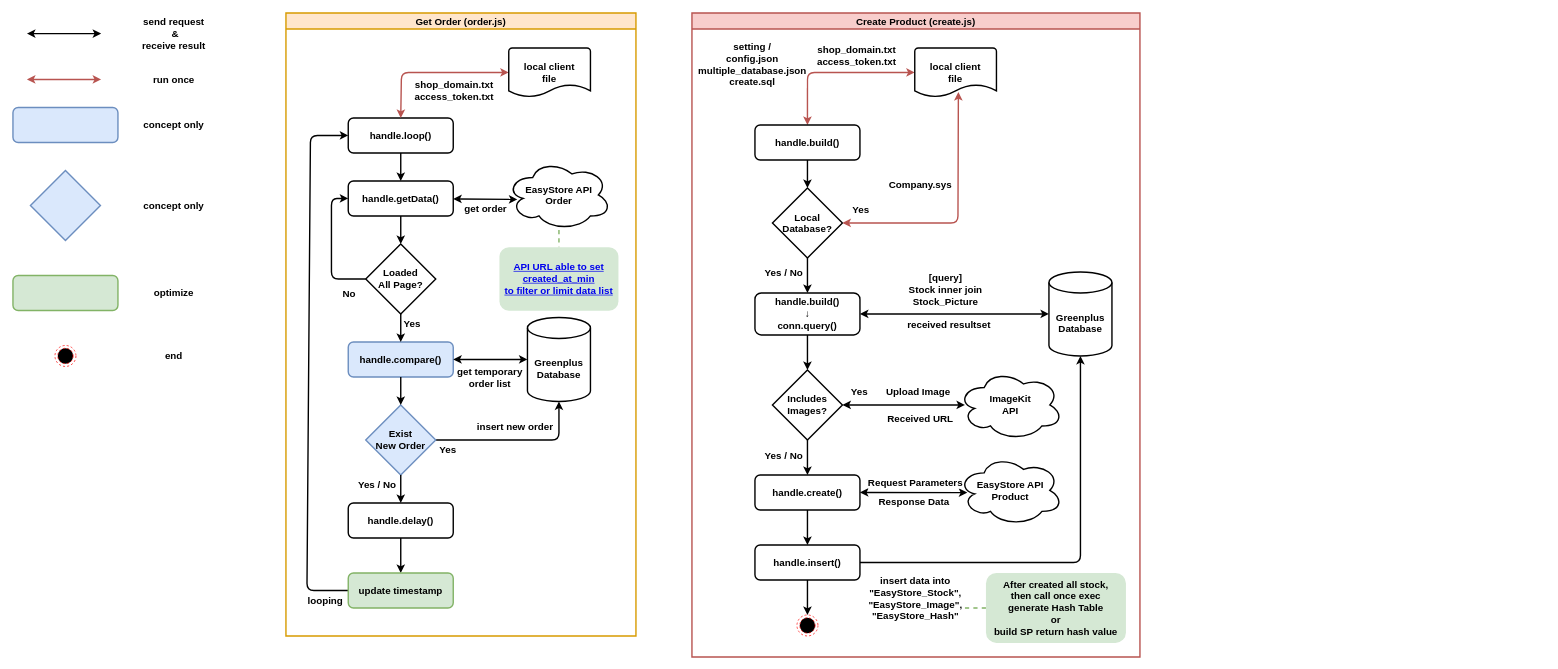
Before: uml/EasyStore API - Flow Chart.drawio in 0xCooL-Web3/EasyStore-Sync-MSSQL, a draw.io diagram. Source tidied: cells renumbered, new cells numbered last; positions are measured from the earlier drawing's top-left corner, leaving out a move shared by most shapes. Both pictures are drawn from the tidied source at 70%, with x=0, y=0 at pixel (13, 13).
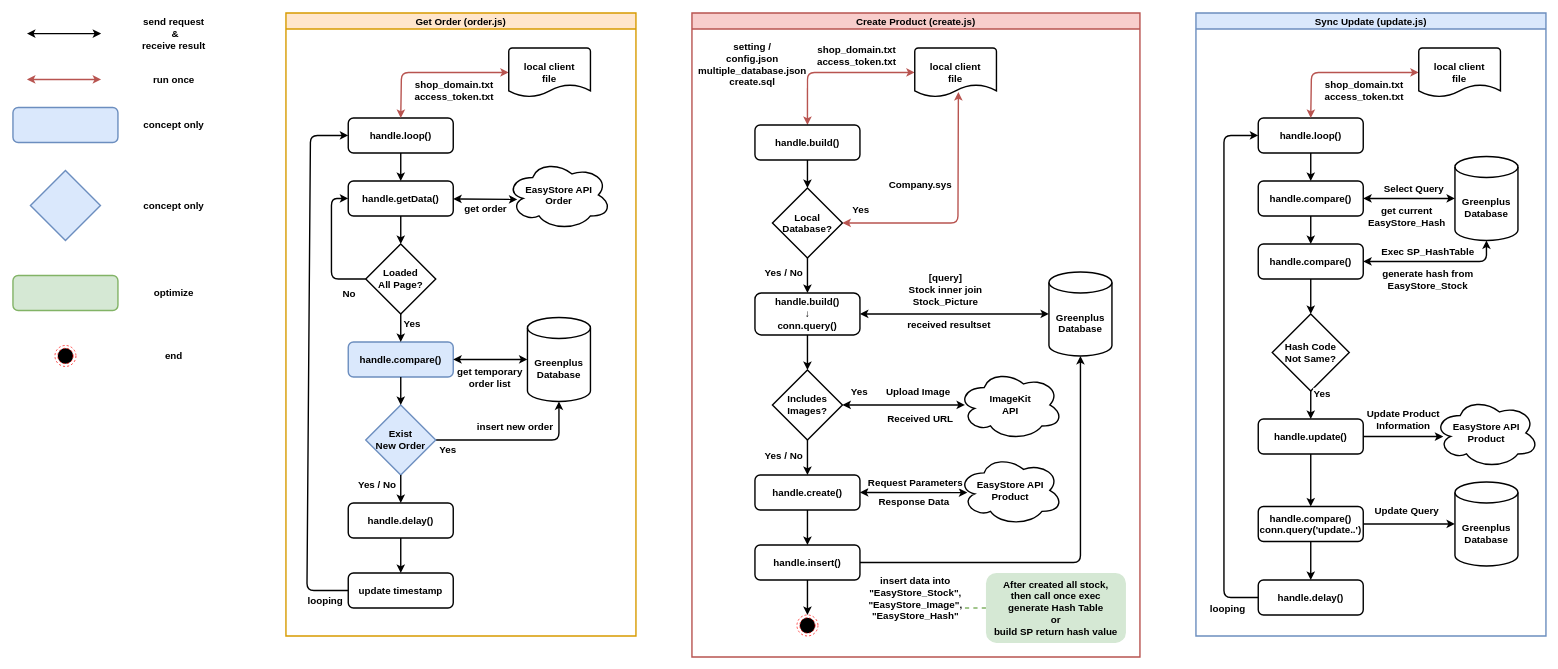
The same page after the edit.

The change refers to these unchanged cells:
```xml
<mxCell id="10" value="Get Order (order.js)" style="swimlane;fontSize=14;strokeWidth=2;fillColor=#ffe6cc;strokeColor=#d79b00;" parent="1" vertex="1">
  <mxGeometry x="390" width="500" height="890" as="geometry" />
</mxCell>
<mxCell id="18" value="EasyStore API&lt;br&gt;Order" style="ellipse;shape=cloud;whiteSpace=wrap;html=1;fontSize=14;strokeWidth=2;fontStyle=1;" parent="10" vertex="1">
  <mxGeometry x="315" y="210" width="150" height="100" as="geometry" />
</mxCell>
```

The edit, as a diff of the source:
```diff
@@
-    <mxCell id="17" style="edgeStyle=none;rounded=1;jettySize=auto;html=1;entryX=0.5;entryY=0;entryDx=0;entryDy=0;fontSize=14;startArrow=none;startFill=0;strokeWidth=2;endArrow=none;endFill=0;dashed=1;fillColor=#d5e8d4;strokeColor=#82b366;" parent="10" edge="1" source="18" target="43">
-      <mxGeometry relative="1" as="geometry" />
-    </mxCell>
@@
-    <mxCell id="42" value="update timestamp" style="rounded=1;whiteSpace=wrap;html=1;fontSize=14;glass=0;strokeWidth=2;shadow=0;fontStyle=1;fillColor=#d5e8d4;strokeColor=#82b366;" parent="10" vertex="1">
+    <mxCell id="42" value="update timestamp" style="rounded=1;whiteSpace=wrap;html=1;fontSize=14;glass=0;strokeWidth=2;shadow=0;fontStyle=1;" parent="10" vertex="1">
       <mxGeometry x="89" y="800" width="150" height="50" as="geometry" />
     </mxCell>
-    <mxCell id="43" value="&lt;a href=&quot;https://documenter.getpostman.com/view/8990390/TzRYc4mn#641836f2-a03f-42d3-92b5-4156504386ac&quot;&gt;API URL able to set&lt;br&gt;created_at_min&lt;br&gt;to filter or limit data list&lt;/a&gt;" style="text;html=1;strokeColor=none;fillColor=#d5e8d4;align=center;verticalAlign=middle;whiteSpace=wrap;rounded=1;fontSize=14;dashed=1;strokeWidth=2;fontStyle=1;" parent="10" vertex="1">
-      <mxGeometry x="305" y="334.7" width="170" height="90.7" as="geometry" />
-    </mxCell>
@@
+    <mxCell id="89" value="Sync Update (update.js)" style="swimlane;fontSize=14;strokeWidth=2;fillColor=#dae8fc;strokeColor=#6c8ebf;" parent="1" vertex="1">
+      <mxGeometry x="1690" width="500" height="890" as="geometry" />
+    </mxCell>
+    <mxCell id="90" value="handle.loop()" style="rounded=1;whiteSpace=wrap;html=1;fontSize=14;glass=0;strokeWidth=2;shadow=0;fontStyle=1;" parent="89" vertex="1">
+      <mxGeometry x="89" y="150" width="150" height="50" as="geometry" />
+    </mxCell>
+    <mxCell id="91" style="edgeStyle=none;rounded=1;jettySize=auto;html=1;entryX=0.5;entryY=0;entryDx=0;entryDy=0;fontSize=14;startArrow=classic;startFill=1;strokeWidth=2;exitX=0;exitY=0.5;exitDx=0;exitDy=0;exitPerimeter=0;fillColor=#f8cecc;strokeColor=#b85450;" parent="89" edge="1" source="93" target="90">
+      <mxGeometry relative="1" as="geometry">
+        <Array as="points">
+          <mxPoint x="165" y="85" />
+        </Array>
+      </mxGeometry>
+    </mxCell>
+    <mxCell id="92" value="shop_domain.txt&lt;br&gt;access_token.txt" style="edgeLabel;html=1;align=center;verticalAlign=middle;fontSize=14;fontStyle=1;" parent="91" vertex="1">
+      <mxGeometry y="3" relative="1" as="geometry">
+        <mxPoint x="30" y="22" as="offset" />
+      </mxGeometry>
+    </mxCell>
+    <mxCell id="93" value="&lt;b&gt;local client&lt;br&gt;file&lt;br&gt;&lt;/b&gt;" style="strokeWidth=2;html=1;shape=mxgraph.flowchart.document2;size=0.25;fontSize=14;whiteSpace=wrap;" parent="89" vertex="1">
+      <mxGeometry x="318.3" y="50" width="116.7" height="70" as="geometry" />
+    </mxCell>
+    <mxCell id="94" style="edgeStyle=orthogonalEdgeStyle;rounded=0;jettySize=auto;html=1;entryX=0;entryY=0.5;entryDx=0;entryDy=0;entryPerimeter=0;strokeWidth=2;startArrow=classic;startFill=1;" parent="89" edge="1" source="97" target="100">
+      <mxGeometry relative="1" as="geometry" />
+    </mxCell>
+    <mxCell id="95" value="&lt;b style=&quot;font-size: 14px&quot;&gt;get current&lt;br&gt;EasyStore_Hash&lt;/b&gt;" style="edgeLabel;html=1;align=center;verticalAlign=middle;" parent="94" vertex="1">
+      <mxGeometry x="-0.25" y="2" relative="1" as="geometry">
+        <mxPoint x="12" y="27" as="offset" />
+      </mxGeometry>
+    </mxCell>
+    <mxCell id="96" value="&lt;b&gt;Select Query&lt;/b&gt;" style="edgeLabel;html=1;align=center;verticalAlign=middle;fontSize=14;" parent="94" vertex="1">
+      <mxGeometry x="-0.24" y="-1" relative="1" as="geometry">
+        <mxPoint x="21" y="-16" as="offset" />
+      </mxGeometry>
+    </mxCell>
+    <mxCell id="97" value="handle.compare()" style="rounded=1;whiteSpace=wrap;html=1;fontSize=14;glass=0;strokeWidth=2;shadow=0;fontStyle=1;" parent="89" vertex="1">
+      <mxGeometry x="89" y="240" width="150" height="50" as="geometry" />
+    </mxCell>
+    <mxCell id="98" style="edgeStyle=orthogonalEdgeStyle;rounded=1;jettySize=auto;html=1;entryX=0.5;entryY=0;entryDx=0;entryDy=0;fontSize=14;strokeWidth=2;" parent="89" edge="1" source="90" target="97">
+      <mxGeometry relative="1" as="geometry" />
+    </mxCell>
+    <mxCell id="99" style="edgeStyle=none;rounded=1;jettySize=auto;html=1;fontSize=14;strokeWidth=2;" parent="89" edge="1" source="97">
+      <mxGeometry relative="1" as="geometry">
+        <mxPoint x="164" y="330" as="targetPoint" />
+      </mxGeometry>
+    </mxCell>
+    <mxCell id="100" value="Greenplus&lt;br&gt;Database" style="shape=cylinder3;whiteSpace=wrap;html=1;boundedLbl=1;backgroundOutline=1;size=15;fontSize=14;strokeWidth=2;fontStyle=1;" parent="89" vertex="1">
+      <mxGeometry x="370" y="205" width="90" height="120" as="geometry" />
+    </mxCell>
+    <mxCell id="101" style="edgeStyle=orthogonalEdgeStyle;rounded=1;jettySize=auto;html=1;entryX=0.5;entryY=0;entryDx=0;entryDy=0;fontSize=14;startArrow=none;startFill=0;strokeWidth=2;" parent="89" edge="1" source="102" target="107">
+      <mxGeometry relative="1" as="geometry" />
+    </mxCell>
+    <mxCell id="102" value="Hash Code&lt;br&gt;Not Same?" style="rhombus;whiteSpace=wrap;html=1;fontSize=14;strokeWidth=2;fontStyle=1;" parent="89" vertex="1">
+      <mxGeometry x="109" y="430" width="110" height="110" as="geometry" />
+    </mxCell>
+    <mxCell id="103" value="Yes" style="edgeLabel;html=1;align=center;verticalAlign=middle;fontSize=14;fontStyle=1;" parent="89" vertex="1">
+      <mxGeometry x="214" y="560" as="geometry">
+        <mxPoint x="-35" y="-17" as="offset" />
+      </mxGeometry>
+    </mxCell>
+    <mxCell id="104" style="edgeStyle=orthogonalEdgeStyle;rounded=1;jettySize=auto;html=1;entryX=0.089;entryY=0.552;entryDx=0;entryDy=0;entryPerimeter=0;fontSize=14;startArrow=none;startFill=0;strokeWidth=2;" parent="89" edge="1" source="107" target="112">
+      <mxGeometry relative="1" as="geometry" />
+    </mxCell>
+    <mxCell id="105" value="&lt;b&gt;Update Product&lt;br&gt;Information&lt;/b&gt;" style="edgeLabel;html=1;align=center;verticalAlign=middle;fontSize=14;" parent="104" vertex="1">
+      <mxGeometry x="-0.29" relative="1" as="geometry">
+        <mxPoint x="15" y="-25" as="offset" />
+      </mxGeometry>
+    </mxCell>
+    <mxCell id="106" style="edgeStyle=orthogonalEdgeStyle;rounded=1;jettySize=auto;html=1;entryX=0.5;entryY=0;entryDx=0;entryDy=0;fontSize=14;startArrow=none;startFill=0;strokeWidth=2;" parent="89" edge="1" source="107" target="115">
+      <mxGeometry relative="1" as="geometry" />
+    </mxCell>
+    <mxCell id="107" value="handle.update()" style="rounded=1;whiteSpace=wrap;html=1;fontSize=14;glass=0;strokeWidth=2;shadow=0;fontStyle=1;" parent="89" vertex="1">
+      <mxGeometry x="89" y="580" width="150" height="50" as="geometry" />
+    </mxCell>
+    <mxCell id="108" style="edgeStyle=orthogonalEdgeStyle;rounded=1;jettySize=auto;html=1;entryX=0.5;entryY=1;entryDx=0;entryDy=0;entryPerimeter=0;fontSize=14;startArrow=classic;startFill=1;strokeWidth=2;" parent="89" edge="1" source="111" target="100">
+      <mxGeometry relative="1" as="geometry" />
+    </mxCell>
+    <mxCell id="109" value="&lt;b&gt;generate hash from&lt;br&gt;EasyStore_Stock&lt;/b&gt;" style="edgeLabel;html=1;align=center;verticalAlign=middle;fontSize=14;" parent="108" vertex="1">
+      <mxGeometry x="-0.36" y="-1" relative="1" as="geometry">
+        <mxPoint x="25" y="24" as="offset" />
+      </mxGeometry>
+    </mxCell>
+    <mxCell id="110" style="edgeStyle=orthogonalEdgeStyle;rounded=1;jettySize=auto;html=1;entryX=0.5;entryY=0;entryDx=0;entryDy=0;fontSize=14;startArrow=none;startFill=0;strokeWidth=2;" parent="89" edge="1" source="111" target="102">
+      <mxGeometry relative="1" as="geometry" />
+    </mxCell>
+    <mxCell id="111" value="handle.compare()" style="rounded=1;whiteSpace=wrap;html=1;fontSize=14;glass=0;strokeWidth=2;shadow=0;fontStyle=1;" parent="89" vertex="1">
+      <mxGeometry x="89" y="330" width="150" height="50" as="geometry" />
+    </mxCell>
+    <mxCell id="112" value="EasyStore API&lt;br&gt;Product" style="ellipse;shape=cloud;whiteSpace=wrap;html=1;fontSize=14;strokeWidth=2;fontStyle=1;" parent="89" vertex="1">
+      <mxGeometry x="340" y="550" width="150" height="100" as="geometry" />
+    </mxCell>
+    <mxCell id="113" style="edgeStyle=orthogonalEdgeStyle;rounded=1;jettySize=auto;html=1;entryX=0;entryY=0.5;entryDx=0;entryDy=0;entryPerimeter=0;fontSize=14;startArrow=none;startFill=0;strokeWidth=2;" parent="89" edge="1" source="115" target="116">
+      <mxGeometry relative="1" as="geometry" />
+    </mxCell>
+    <mxCell id="114" style="edgeStyle=orthogonalEdgeStyle;rounded=1;jettySize=auto;html=1;fontSize=14;startArrow=none;startFill=0;strokeWidth=2;" parent="89" edge="1" source="115" target="121">
+      <mxGeometry relative="1" as="geometry" />
+    </mxCell>
+    <mxCell id="115" value="handle.compare()&lt;br&gt;conn.query('update..')" style="rounded=1;whiteSpace=wrap;html=1;fontSize=14;glass=0;strokeWidth=2;shadow=0;fontStyle=1;" parent="89" vertex="1">
+      <mxGeometry x="89" y="705" width="150" height="50" as="geometry" />
+    </mxCell>
+    <mxCell id="116" value="Greenplus&lt;br&gt;Database" style="shape=cylinder3;whiteSpace=wrap;html=1;boundedLbl=1;backgroundOutline=1;size=15;fontSize=14;strokeWidth=2;fontStyle=1;" parent="89" vertex="1">
+      <mxGeometry x="370" y="670" width="90" height="120" as="geometry" />
+    </mxCell>
+    <mxCell id="117" value="&lt;b&gt;Update Query&lt;/b&gt;" style="edgeLabel;html=1;align=center;verticalAlign=middle;fontSize=14;" parent="89" vertex="1">
+      <mxGeometry x="300" y="710" as="geometry" />
+    </mxCell>
+    <mxCell id="118" value="&lt;b&gt;Exec SP_HashTable&lt;/b&gt;" style="edgeLabel;html=1;align=center;verticalAlign=middle;fontSize=14;" parent="89" vertex="1">
+      <mxGeometry x="330" y="340" as="geometry" />
+    </mxCell>
+    <mxCell id="119" style="edgeStyle=orthogonalEdgeStyle;rounded=1;jettySize=auto;html=1;fontSize=14;startArrow=none;startFill=0;strokeWidth=2;entryX=0;entryY=0.5;entryDx=0;entryDy=0;" parent="89" edge="1" source="121" target="90">
+      <mxGeometry relative="1" as="geometry">
+        <Array as="points">
+          <mxPoint x="40" y="835" />
+          <mxPoint x="40" y="175" />
+        </Array>
+      </mxGeometry>
+    </mxCell>
+    <mxCell id="120" value="&lt;b&gt;looping&lt;/b&gt;" style="edgeLabel;html=1;align=center;verticalAlign=middle;fontSize=14;" parent="119" vertex="1">
+      <mxGeometry x="-0.75" y="-4" relative="1" as="geometry">
+        <mxPoint y="61" as="offset" />
+      </mxGeometry>
+    </mxCell>
+    <mxCell id="121" value="handle.delay()" style="rounded=1;whiteSpace=wrap;html=1;fontSize=14;glass=0;strokeWidth=2;shadow=0;fontStyle=1;" parent="89" vertex="1">
+      <mxGeometry x="89" y="810" width="150" height="50" as="geometry" />
+    </mxCell>
```
